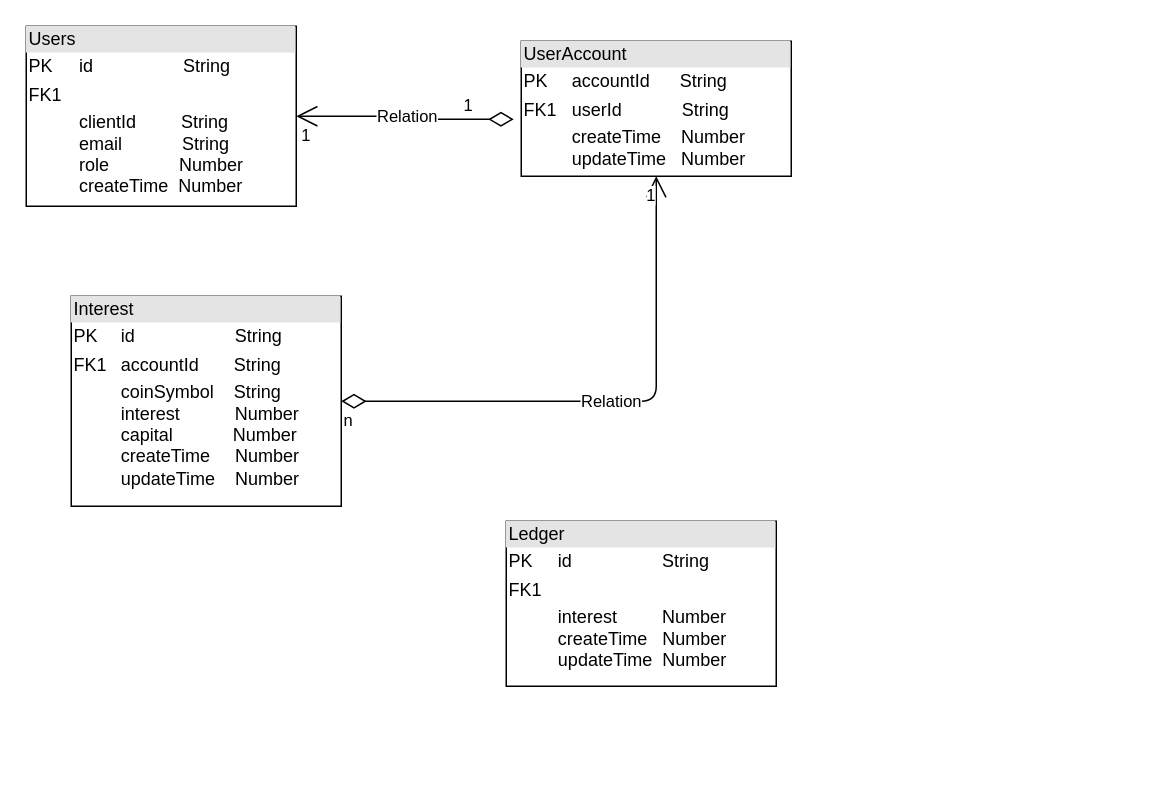
Earlier version of the draw.io diagram noops table structure.drawio (zazhou-cn/hello-world). Source tidied: cells renumbered, new cells numbered last; positions are measured from the earlier drawing's top-left corner, leaving out a move shared by most shapes. Both pictures are drawn from the tidied source at 150%, with x=0, y=0 at pixel (26, 26).
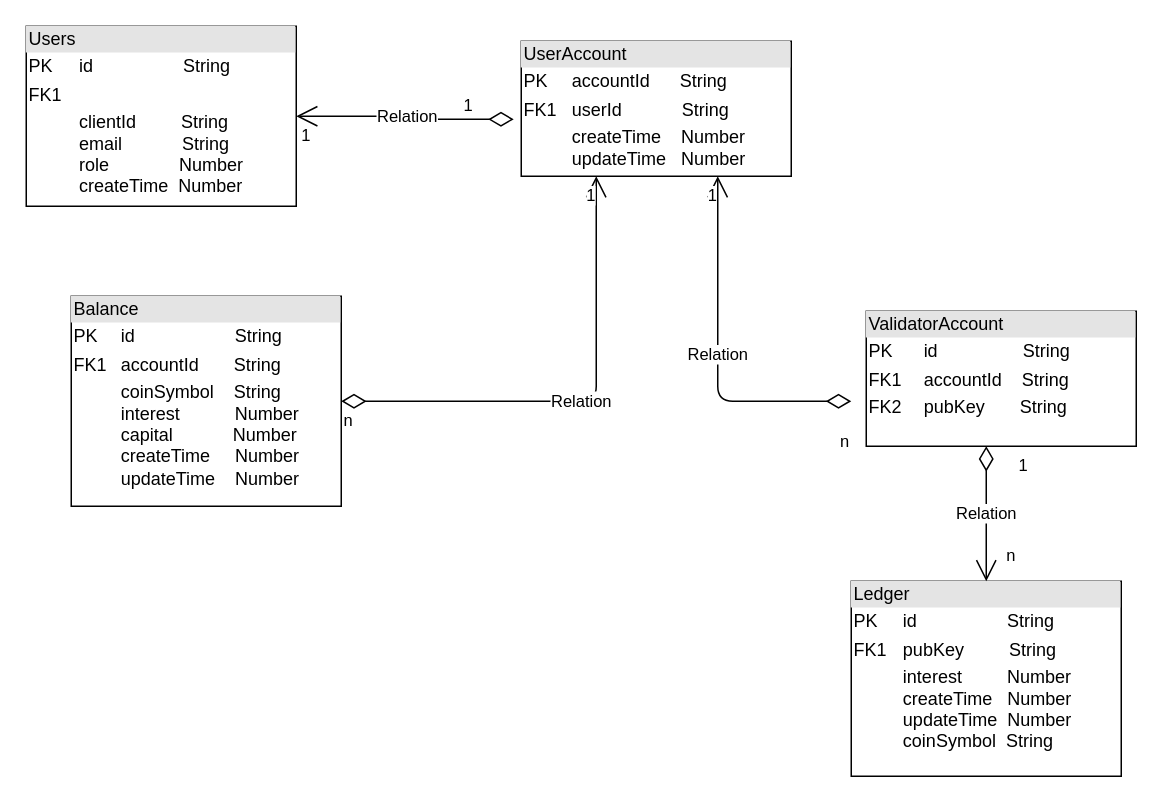
The same page after the edit.

The change refers to these unchanged cells:
```xml
<mxCell id="3" value="&lt;div style=&quot;box-sizing: border-box ; width: 100% ; background: #e4e4e4 ; padding: 2px&quot;&gt;UserAccount&lt;/div&gt;&lt;table style=&quot;width: 100% ; font-size: 1em&quot; cellpadding=&quot;2&quot; cellspacing=&quot;0&quot;&gt;&lt;tbody&gt;&lt;tr&gt;&lt;td&gt;PK&lt;/td&gt;&lt;td&gt;accountId&amp;nbsp; &amp;nbsp; &amp;nbsp; String&lt;/td&gt;&lt;/tr&gt;&lt;tr&gt;&lt;td&gt;FK1&lt;/td&gt;&lt;td&gt;userId&amp;nbsp; &amp;nbsp; &amp;nbsp; &amp;nbsp; &amp;nbsp; &amp;nbsp; String&lt;/td&gt;&lt;/tr&gt;&lt;tr&gt;&lt;td&gt;&lt;/td&gt;&lt;td&gt;createTime&amp;nbsp; &amp;nbsp; Number&lt;br&gt;updateTime&amp;nbsp; &amp;nbsp;Number&lt;/td&gt;&lt;/tr&gt;&lt;/tbody&gt;&lt;/table&gt;" style="verticalAlign=top;align=left;overflow=fill;html=1;" parent="1" vertex="1">
  <mxGeometry x="330" y="10" width="180" height="90" as="geometry" />
</mxCell>
```

Change to the diagram source:
```diff
@@
-    <mxCell id="4" value="&lt;div style=&quot;box-sizing: border-box ; width: 100% ; background: #e4e4e4 ; padding: 2px&quot;&gt;Interest&lt;/div&gt;&lt;table style=&quot;width: 100% ; font-size: 1em&quot; cellpadding=&quot;2&quot; cellspacing=&quot;0&quot;&gt;&lt;tbody&gt;&lt;tr&gt;&lt;td&gt;PK&lt;/td&gt;&lt;td&gt;id&amp;nbsp; &amp;nbsp; &amp;nbsp; &amp;nbsp; &amp;nbsp; &amp;nbsp; &amp;nbsp; &amp;nbsp; &amp;nbsp; &amp;nbsp; String&lt;/td&gt;&lt;/tr&gt;&lt;tr&gt;&lt;td&gt;FK1&lt;/td&gt;&lt;td&gt;accountId&amp;nbsp; &amp;nbsp; &amp;nbsp; &amp;nbsp;String&lt;/td&gt;&lt;/tr&gt;&lt;tr&gt;&lt;td&gt;&lt;/td&gt;&lt;td&gt;coinSymbol&amp;nbsp; &amp;nbsp; String&lt;br&gt;interest&amp;nbsp; &amp;nbsp; &amp;nbsp; &amp;nbsp; &amp;nbsp; &amp;nbsp;Number&lt;br&gt;capital&amp;nbsp; &amp;nbsp; &amp;nbsp; &amp;nbsp; &amp;nbsp; &amp;nbsp; Number&lt;br&gt;createTime&amp;nbsp; &amp;nbsp; &amp;nbsp;Number&lt;br&gt;updateTime&amp;nbsp; &amp;nbsp; Number&lt;/td&gt;&lt;/tr&gt;&lt;/tbody&gt;&lt;/table&gt;" style="verticalAlign=top;align=left;overflow=fill;html=1;" parent="1" vertex="1">
+    <mxCell id="4" value="&lt;div style=&quot;box-sizing: border-box ; width: 100% ; background: #e4e4e4 ; padding: 2px&quot;&gt;Balance&lt;/div&gt;&lt;table style=&quot;width: 100% ; font-size: 1em&quot; cellpadding=&quot;2&quot; cellspacing=&quot;0&quot;&gt;&lt;tbody&gt;&lt;tr&gt;&lt;td&gt;PK&lt;/td&gt;&lt;td&gt;id&amp;nbsp; &amp;nbsp; &amp;nbsp; &amp;nbsp; &amp;nbsp; &amp;nbsp; &amp;nbsp; &amp;nbsp; &amp;nbsp; &amp;nbsp; String&lt;/td&gt;&lt;/tr&gt;&lt;tr&gt;&lt;td&gt;FK1&lt;/td&gt;&lt;td&gt;accountId&amp;nbsp; &amp;nbsp; &amp;nbsp; &amp;nbsp;String&lt;/td&gt;&lt;/tr&gt;&lt;tr&gt;&lt;td&gt;&lt;/td&gt;&lt;td&gt;coinSymbol&amp;nbsp; &amp;nbsp; String&lt;br&gt;interest&amp;nbsp; &amp;nbsp; &amp;nbsp; &amp;nbsp; &amp;nbsp; &amp;nbsp;Number&lt;br&gt;capital&amp;nbsp; &amp;nbsp; &amp;nbsp; &amp;nbsp; &amp;nbsp; &amp;nbsp; Number&lt;br&gt;createTime&amp;nbsp; &amp;nbsp; &amp;nbsp;Number&lt;br&gt;updateTime&amp;nbsp; &amp;nbsp; Number&lt;/td&gt;&lt;/tr&gt;&lt;/tbody&gt;&lt;/table&gt;" style="verticalAlign=top;align=left;overflow=fill;html=1;" parent="1" vertex="1">
       <mxGeometry x="30" y="180" width="180" height="140" as="geometry" />
     </mxCell>
-    <mxCell id="5" value="Relation" style="endArrow=open;html=1;endSize=12;startArrow=diamondThin;startSize=14;startFill=0;edgeStyle=orthogonalEdgeStyle;entryX=0.5;entryY=1;entryDx=0;entryDy=0;" parent="1" edge="1" source="4" target="3">
-      <mxGeometry relative="1" as="geometry" />
+    <mxCell id="5" value="Relation" style="endArrow=open;html=1;endSize=12;startArrow=diamondThin;startSize=14;startFill=0;edgeStyle=orthogonalEdgeStyle;" parent="1" edge="1" source="4">
+      <mxGeometry relative="1" as="geometry">
+        <mxPoint x="380" y="100" as="targetPoint" />
+        <Array as="points">
+          <mxPoint x="380" y="250" />
+          <mxPoint x="380" y="100" />
+        </Array>
+      </mxGeometry>
     </mxCell>
@@
-    <mxCell id="11" value="&lt;div style=&quot;box-sizing: border-box ; width: 100% ; background: #e4e4e4 ; padding: 2px&quot;&gt;Ledger&lt;/div&gt;&lt;table style=&quot;width: 100% ; font-size: 1em&quot; cellpadding=&quot;2&quot; cellspacing=&quot;0&quot;&gt;&lt;tbody&gt;&lt;tr&gt;&lt;td&gt;PK&lt;/td&gt;&lt;td&gt;id&amp;nbsp; &amp;nbsp; &amp;nbsp; &amp;nbsp; &amp;nbsp; &amp;nbsp; &amp;nbsp; &amp;nbsp; &amp;nbsp; String&lt;/td&gt;&lt;/tr&gt;&lt;tr&gt;&lt;td&gt;FK1&lt;/td&gt;&lt;td&gt;&lt;br&gt;&lt;/td&gt;&lt;/tr&gt;&lt;tr&gt;&lt;td&gt;&lt;/td&gt;&lt;td&gt;interest&amp;nbsp; &amp;nbsp; &amp;nbsp; &amp;nbsp; &amp;nbsp;Number&lt;br&gt;createTime&amp;nbsp; &amp;nbsp;Number&lt;br&gt;updateTime&amp;nbsp; Number&lt;/td&gt;&lt;/tr&gt;&lt;/tbody&gt;&lt;/table&gt;" style="verticalAlign=top;align=left;overflow=fill;html=1;" parent="1" vertex="1">
-      <mxGeometry x="320" y="330" width="180" height="110" as="geometry" />
+    <mxCell id="11" value="&lt;div style=&quot;box-sizing: border-box ; width: 100% ; background: #e4e4e4 ; padding: 2px&quot;&gt;Ledger&lt;/div&gt;&lt;table style=&quot;width: 100% ; font-size: 1em&quot; cellpadding=&quot;2&quot; cellspacing=&quot;0&quot;&gt;&lt;tbody&gt;&lt;tr&gt;&lt;td&gt;PK&lt;/td&gt;&lt;td&gt;id&amp;nbsp; &amp;nbsp; &amp;nbsp; &amp;nbsp; &amp;nbsp; &amp;nbsp; &amp;nbsp; &amp;nbsp; &amp;nbsp; String&lt;/td&gt;&lt;/tr&gt;&lt;tr&gt;&lt;td&gt;FK1&lt;/td&gt;&lt;td&gt;pubKey&amp;nbsp; &amp;nbsp; &amp;nbsp; &amp;nbsp; &amp;nbsp;String&lt;br&gt;&lt;/td&gt;&lt;/tr&gt;&lt;tr&gt;&lt;td&gt;&lt;/td&gt;&lt;td&gt;interest&amp;nbsp; &amp;nbsp; &amp;nbsp; &amp;nbsp; &amp;nbsp;Number&lt;br&gt;createTime&amp;nbsp; &amp;nbsp;Number&lt;br&gt;updateTime&amp;nbsp; Number&lt;br&gt;coinSymbol&amp;nbsp; String&lt;/td&gt;&lt;/tr&gt;&lt;/tbody&gt;&lt;/table&gt;" style="verticalAlign=top;align=left;overflow=fill;html=1;" parent="1" vertex="1">
+      <mxGeometry x="550" y="370" width="180" height="130" as="geometry" />
     </mxCell>
+    <mxCell id="12" value="&lt;div style=&quot;box-sizing: border-box ; width: 100% ; background: #e4e4e4 ; padding: 2px&quot;&gt;ValidatorAccount&lt;/div&gt;&lt;table style=&quot;width: 100% ; font-size: 1em&quot; cellpadding=&quot;2&quot; cellspacing=&quot;0&quot;&gt;&lt;tbody&gt;&lt;tr&gt;&lt;td&gt;PK&lt;/td&gt;&lt;td&gt;id&amp;nbsp; &amp;nbsp; &amp;nbsp; &amp;nbsp; &amp;nbsp; &amp;nbsp; &amp;nbsp; &amp;nbsp; &amp;nbsp;String&lt;/td&gt;&lt;/tr&gt;&lt;tr&gt;&lt;td&gt;FK1&lt;/td&gt;&lt;td&gt;accountId&amp;nbsp; &amp;nbsp; String&lt;/td&gt;&lt;/tr&gt;&lt;tr&gt;&lt;td&gt;FK2&lt;/td&gt;&lt;td&gt;pubKey&amp;nbsp; &amp;nbsp; &amp;nbsp; &amp;nbsp;String&lt;br&gt;&lt;/td&gt;&lt;/tr&gt;&lt;/tbody&gt;&lt;/table&gt;" style="verticalAlign=top;align=left;overflow=fill;html=1;" parent="1" vertex="1">
+      <mxGeometry x="560" y="190" width="180" height="90" as="geometry" />
+    </mxCell>
+    <mxCell id="13" value="Relation" style="endArrow=open;html=1;endSize=12;startArrow=diamondThin;startSize=14;startFill=0;edgeStyle=orthogonalEdgeStyle;entryX=0.75;entryY=1;entryDx=0;entryDy=0;" parent="1" edge="1">
+      <mxGeometry relative="1" as="geometry">
+        <mxPoint x="550" y="250" as="sourcePoint" />
+        <mxPoint x="461" y="100" as="targetPoint" />
+        <Array as="points">
+          <mxPoint x="510" y="250" />
+          <mxPoint x="461" y="250" />
+        </Array>
+      </mxGeometry>
+    </mxCell>
+    <mxCell id="14" value="n" style="edgeLabel;html=1;align=left;verticalAlign=top;" parent="13" vertex="1">
+      <mxGeometry x="-1" relative="1" as="geometry">
+        <mxPoint x="-9" y="14" as="offset" />
+      </mxGeometry>
+    </mxCell>
+    <mxCell id="15" value="1" style="edgeLabel;html=1;align=right;verticalAlign=top;" parent="13" vertex="1">
+      <mxGeometry x="1" relative="1" as="geometry" />
+    </mxCell>
+    <mxCell id="16" value="Relation" style="endArrow=open;html=1;endSize=12;startArrow=diamondThin;startSize=14;startFill=0;edgeStyle=orthogonalEdgeStyle;" parent="1" edge="1" source="12" target="11">
+      <mxGeometry relative="1" as="geometry">
+        <Array as="points">
+          <mxPoint x="640" y="350" />
+          <mxPoint x="640" y="350" />
+        </Array>
+      </mxGeometry>
+    </mxCell>
+    <mxCell id="17" value="1" style="edgeLabel;html=1;align=left;verticalAlign=top;" parent="16" vertex="1">
+      <mxGeometry x="-1" relative="1" as="geometry">
+        <mxPoint x="20" as="offset" />
+      </mxGeometry>
+    </mxCell>
+    <mxCell id="18" value="n" style="edgeLabel;html=1;align=right;verticalAlign=top;" parent="16" vertex="1">
+      <mxGeometry x="1" relative="1" as="geometry">
+        <mxPoint x="20" y="-30" as="offset" />
+      </mxGeometry>
+    </mxCell>
```
